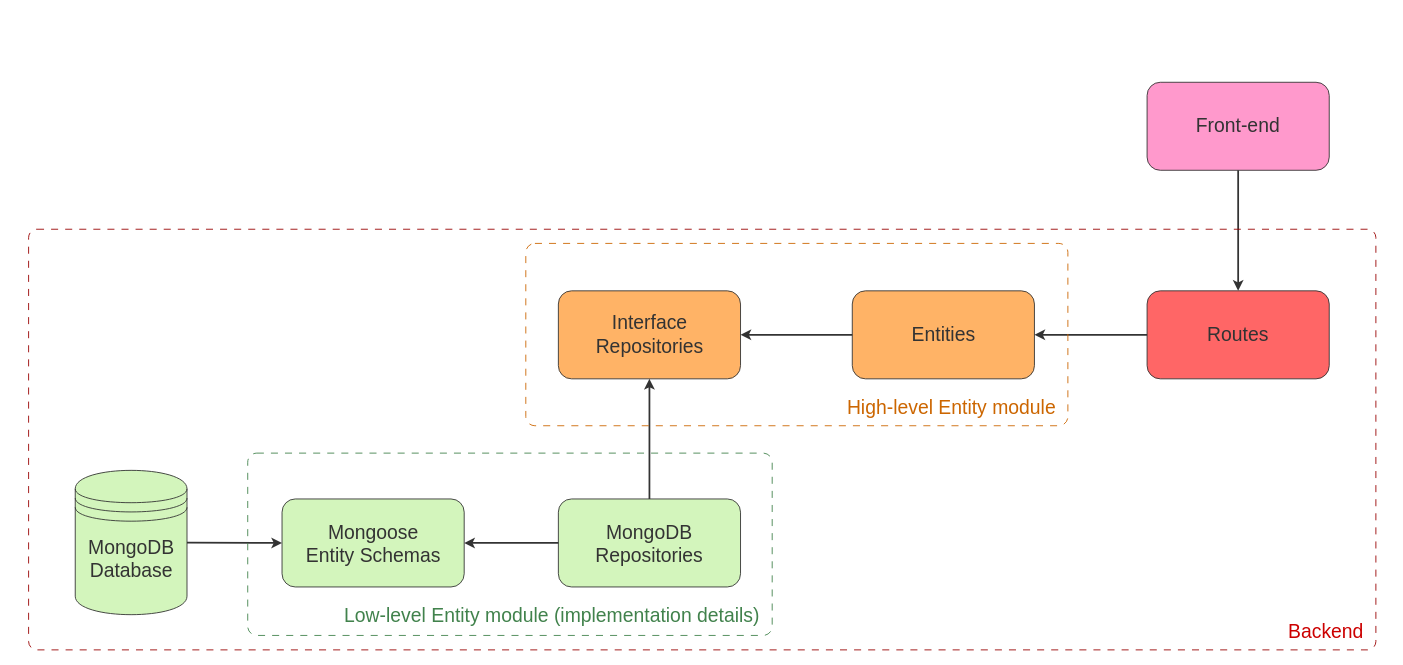
This is docs/diagrams/architecture.drawio from MathisJANKOVIC/EatInGreen, a draw.io file, before an edit. Source tidied: cells renumbered, new cells numbered last; positions are measured from the earlier drawing's top-left corner, leaving out a move shared by most shapes. Both pictures are drawn from the tidied source at 88%, with x=0, y=0 at pixel (28, 82).
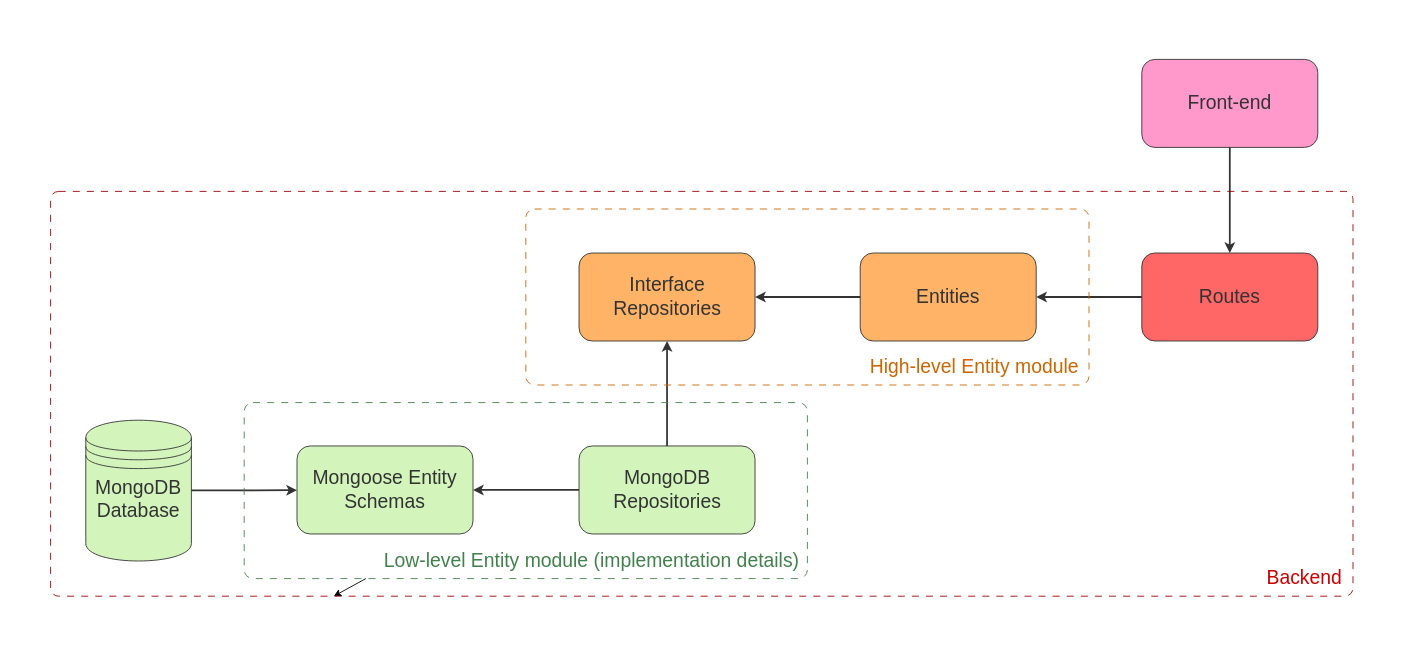
The same page after the edit.

Commit message (it also covers changes not shown here):
Rearrange diagrams

What changed in the source:
```diff
@@
+    <mxCell id="28" style="swimlane;startSize=0;strokeColor=none;" parent="1" vertex="1">
+      <mxGeometry x="-15" y="-76" width="1560" height="720" as="geometry" />
+    </mxCell>
-    <mxCell id="2" style="shape=datastore;whiteSpace=wrap;html=1;strokeColor=#333333;fillColor=#D3F5BC;" parent="1" vertex="1">
-      <mxGeometry x="53" y="441" width="127" height="164" as="geometry" />
+    <mxCell id="2" style="shape=datastore;whiteSpace=wrap;html=1;strokeColor=#333333;fillColor=#D3F5BC;" parent="28" vertex="1">
+      <mxGeometry x="80" y="460" width="120" height="160" as="geometry" />
     </mxCell>
-    <mxCell id="3" value="&lt;font style=&quot;font-size: 22px;&quot; color=&quot;#333333&quot;&gt;MongoDB Database&lt;/font&gt;" style="text;strokeColor=none;align=center;fillColor=none;html=1;verticalAlign=middle;whiteSpace=wrap;rounded=0;" parent="1" vertex="1">
-      <mxGeometry x="72.5" y="513" width="88" height="58" as="geometry" />
+    <mxCell id="3" value="&lt;font style=&quot;font-size: 22px;&quot; color=&quot;#333333&quot;&gt;MongoDB Database&lt;/font&gt;" style="text;strokeColor=none;align=center;fillColor=none;html=1;verticalAlign=middle;whiteSpace=wrap;rounded=0;" parent="28" vertex="1">
+      <mxGeometry x="96" y="521.1" width="88" height="58" as="geometry" />
     </mxCell>
-    <mxCell id="4" style="rounded=1;whiteSpace=wrap;html=1;strokeColor=#333333;fontColor=#333333;fillColor=#D3F5BC;" parent="1" vertex="1">
-      <mxGeometry x="288" y="473.5" width="207" height="100" as="geometry" />
+    <mxCell id="4" value="&lt;span style=&quot;font-size: 22px;&quot;&gt;Mongoose Entity Schemas&lt;/span&gt;" style="rounded=1;whiteSpace=wrap;html=1;strokeColor=#333333;fontColor=#333333;fillColor=#D3F5BC;" parent="28" vertex="1">
+      <mxGeometry x="320" y="489.3" width="200" height="100" as="geometry" />
     </mxCell>
-    <mxCell id="5" style="endArrow=classic;html=1;fontSize=18;fontColor=#333333;exitX=1;exitY=0.5;exitDx=0;exitDy=0;entryX=0;entryY=0.5;entryDx=0;entryDy=0;fillColor=#1A1A1A;strokeColor=#333333;strokeWidth=2;" parent="1" edge="1" source="2" target="4">
+    <mxCell id="5" style="endArrow=classic;html=1;fontSize=18;fontColor=#333333;fillColor=#1A1A1A;strokeColor=#333333;strokeWidth=2;" parent="28" edge="1" source="2" target="4">
       <mxGeometry relative="1" as="geometry" />
     </mxCell>
-    <mxCell id="6" value="&lt;span style=&quot;color: rgb(51, 51, 51);&quot;&gt;&lt;font style=&quot;font-size: 22px;&quot;&gt;Mongoose Entity Schemas&lt;/font&gt;&lt;/span&gt;" style="text;strokeColor=none;align=center;fillColor=none;html=1;verticalAlign=middle;whiteSpace=wrap;rounded=0;dashed=1;dashPattern=8 8;fontSize=18;fontColor=#1A3300;" parent="1" vertex="1">
-      <mxGeometry x="309.5" y="488.5" width="164" height="73" as="geometry" />
-    </mxCell>
-    <mxCell id="7" style="rounded=1;whiteSpace=wrap;html=1;strokeColor=#333333;fontColor=#333333;fillColor=#D3F5BC;" parent="1" vertex="1">
-      <mxGeometry x="602" y="473.5" width="207" height="100" as="geometry" />
+    <mxCell id="7" value="&lt;span style=&quot;font-size: 22px;&quot;&gt;MongoDB&lt;/span&gt;&lt;br style=&quot;font-size: 22px;&quot;&gt;&lt;span style=&quot;font-size: 22px;&quot;&gt;Repositories&lt;/span&gt;" style="rounded=1;whiteSpace=wrap;html=1;strokeColor=#333333;fontColor=#333333;fillColor=#D3F5BC;" parent="28" vertex="1">
+      <mxGeometry x="640.5" y="489.3" width="200" height="100" as="geometry" />
     </mxCell>
-    <mxCell id="8" value="&lt;span style=&quot;color: rgb(51, 51, 51);&quot;&gt;&lt;font style=&quot;&quot;&gt;&lt;font style=&quot;font-size: 22px;&quot;&gt;MongoDB&lt;br&gt;Repositories&lt;/font&gt;&lt;br&gt;&lt;/font&gt;&lt;/span&gt;" style="text;strokeColor=none;align=center;fillColor=none;html=1;verticalAlign=middle;whiteSpace=wrap;rounded=0;dashed=1;dashPattern=8 8;fontSize=18;fontColor=#1A3300;" parent="1" vertex="1">
-      <mxGeometry x="628.2" y="490" width="154.5" height="70" as="geometry" />
-    </mxCell>
-    <mxCell id="9" style="rounded=1;whiteSpace=wrap;html=1;strokeColor=#333333;fontColor=#333333;fillColor=#FFB366;" parent="1" vertex="1">
-      <mxGeometry x="602" y="237" width="207" height="100" as="geometry" />
+    <mxCell id="9" value="&lt;span style=&quot;font-size: 22px;&quot;&gt;Interface&lt;/span&gt;&lt;br style=&quot;font-size: 22px;&quot;&gt;&lt;span style=&quot;font-size: 22px;&quot;&gt;Repositories&lt;/span&gt;" style="rounded=1;whiteSpace=wrap;html=1;strokeColor=#333333;fontColor=#333333;fillColor=#FFB366;" parent="28" vertex="1">
+      <mxGeometry x="640.5" y="270" width="200" height="100" as="geometry" />
     </mxCell>
-    <mxCell id="10" value="&lt;span style=&quot;color: rgb(51, 51, 51);&quot;&gt;&lt;font style=&quot;&quot;&gt;&lt;font style=&quot;font-size: 22px;&quot;&gt;Interface&lt;br&gt;Repositories&lt;/font&gt;&lt;br&gt;&lt;/font&gt;&lt;/span&gt;" style="text;strokeColor=none;align=center;fillColor=none;html=1;verticalAlign=middle;whiteSpace=wrap;rounded=0;dashed=1;dashPattern=8 8;fontSize=18;fontColor=#1A3300;" parent="1" vertex="1">
-      <mxGeometry x="623.5" y="250.5" width="164" height="73" as="geometry" />
-    </mxCell>
-    <mxCell id="11" style="endArrow=classic;html=1;strokeColor=#333333;fontSize=20;fontColor=#1A3300;fillColor=#000000;exitX=0.5;exitY=0;exitDx=0;exitDy=0;entryX=0.5;entryY=1;entryDx=0;entryDy=0;strokeWidth=2;" parent="1" edge="1" source="7" target="9">
+    <mxCell id="11" style="endArrow=classic;html=1;strokeColor=#333333;fontSize=20;fontColor=#1A3300;fillColor=#000000;strokeWidth=2;" parent="28" edge="1" source="7" target="9">
       <mxGeometry relative="1" as="geometry" />
     </mxCell>
-    <mxCell id="12" style="rounded=1;whiteSpace=wrap;html=1;strokeColor=#333333;fontColor=#333333;fillColor=#FFB366;" parent="1" vertex="1">
-      <mxGeometry x="936" y="237" width="207" height="100" as="geometry" />
+    <mxCell id="12" value="&lt;span style=&quot;font-size: 22px;&quot;&gt;Entities&lt;/span&gt;" style="rounded=1;whiteSpace=wrap;html=1;strokeColor=#333333;fontColor=#333333;fillColor=#FFB366;" parent="28" vertex="1">
+      <mxGeometry x="960" y="270" width="200" height="100" as="geometry" />
     </mxCell>
-    <mxCell id="13" value="&lt;span style=&quot;color: rgb(51, 51, 51);&quot;&gt;&lt;font style=&quot;&quot;&gt;&lt;font style=&quot;font-size: 22px;&quot;&gt;Entities&lt;/font&gt;&lt;br&gt;&lt;/font&gt;&lt;/span&gt;" style="text;strokeColor=none;align=center;fillColor=none;html=1;verticalAlign=middle;whiteSpace=wrap;rounded=0;dashed=1;dashPattern=8 8;fontSize=18;fontColor=#1A3300;" parent="1" vertex="1">
-      <mxGeometry x="987.8" y="264" width="103.5" height="45.5" as="geometry" />
-    </mxCell>
-    <mxCell id="14" style="rounded=1;whiteSpace=wrap;html=1;strokeColor=#333333;fontColor=#333333;fillColor=#FF6666;" parent="1" vertex="1">
-      <mxGeometry x="1271" y="237" width="207" height="100" as="geometry" />
+    <mxCell id="14" value="&lt;span style=&quot;font-size: 22px;&quot;&gt;Routes&lt;/span&gt;" style="rounded=1;whiteSpace=wrap;html=1;strokeColor=#333333;fontColor=#333333;fillColor=#FF6666;" parent="28" vertex="1">
+      <mxGeometry x="1280" y="270" width="200" height="100" as="geometry" />
     </mxCell>
-    <mxCell id="15" value="&lt;span style=&quot;color: rgb(51, 51, 51);&quot;&gt;&lt;font style=&quot;&quot;&gt;&lt;font style=&quot;font-size: 22px;&quot;&gt;Routes&lt;/font&gt;&lt;br&gt;&lt;/font&gt;&lt;/span&gt;" style="text;strokeColor=none;align=center;fillColor=none;html=1;verticalAlign=middle;whiteSpace=wrap;rounded=0;dashed=1;dashPattern=8 8;fontSize=18;fontColor=#1A3300;" parent="1" vertex="1">
-      <mxGeometry x="1305.2" y="258" width="138.5" height="57.5" as="geometry" />
-    </mxCell>
-    <mxCell id="16" style="endArrow=classic;html=1;strokeColor=#333333;fontSize=20;fontColor=#1A3300;fillColor=#000000;exitX=0;exitY=0.5;exitDx=0;exitDy=0;strokeWidth=2;" parent="1" edge="1" source="14">
-      <mxGeometry relative="1" as="geometry">
-        <mxPoint x="1143" y="287" as="targetPoint" />
-      </mxGeometry>
+    <mxCell id="16" style="endArrow=classic;html=1;strokeColor=#333333;fontSize=20;fontColor=#1A3300;fillColor=#000000;strokeWidth=2;" parent="28" edge="1" source="14" target="12">
+      <mxGeometry relative="1" as="geometry" />
     </mxCell>
-    <mxCell id="17" style="rounded=1;whiteSpace=wrap;html=1;strokeColor=#333333;fontColor=#333333;fillColor=#FF99CC;" parent="1" vertex="1">
-      <mxGeometry x="1271" width="207" height="100" as="geometry" />
+    <mxCell id="17" value="&lt;span style=&quot;font-size: 22px;&quot;&gt;Front-end&lt;/span&gt;" style="rounded=1;whiteSpace=wrap;html=1;strokeColor=#333333;fontColor=#333333;fillColor=#FF99CC;" parent="28" vertex="1">
+      <mxGeometry x="1280" y="50" width="200" height="100" as="geometry" />
     </mxCell>
-    <mxCell id="18" value="&lt;span style=&quot;color: rgb(51, 51, 51);&quot;&gt;&lt;font style=&quot;&quot;&gt;&lt;font style=&quot;font-size: 22px;&quot;&gt;Front-end&lt;/font&gt;&lt;br&gt;&lt;/font&gt;&lt;/span&gt;" style="text;strokeColor=none;align=center;fillColor=none;html=1;verticalAlign=middle;whiteSpace=wrap;rounded=0;dashed=1;dashPattern=8 8;fontSize=18;fontColor=#1A3300;" parent="1" vertex="1">
-      <mxGeometry x="1311.2" y="25.2" width="126.5" height="49.5" as="geometry" />
-    </mxCell>
-    <mxCell id="19" style="endArrow=classic;html=1;strokeColor=#333333;fontSize=20;fontColor=#1A3300;fillColor=#000000;entryX=0.5;entryY=0;entryDx=0;entryDy=0;exitX=0.5;exitY=1;exitDx=0;exitDy=0;strokeWidth=2;" parent="1" edge="1" source="17" target="14">
+    <mxCell id="19" style="endArrow=classic;html=1;strokeColor=#333333;fontSize=20;fontColor=#1A3300;fillColor=#000000;strokeWidth=2;" parent="28" edge="1" source="17" target="14">
       <mxGeometry relative="1" as="geometry" />
     </mxCell>
-    <mxCell id="20" style="rounded=1;whiteSpace=wrap;html=1;dashed=1;dashPattern=8 8;strokeColor=#CC6600;fontSize=22;fontColor=#1A3300;fillColor=none;arcSize=5;" parent="1" vertex="1">
-      <mxGeometry x="565" y="183.1" width="616" height="207.2" as="geometry" />
+    <mxCell id="20" style="rounded=1;whiteSpace=wrap;html=1;dashed=1;dashPattern=8 8;strokeColor=#CC6600;fontSize=22;fontColor=#1A3300;fillColor=none;arcSize=5;" parent="28" vertex="1">
+      <mxGeometry x="580" y="220" width="640" height="200" as="geometry" />
     </mxCell>
-    <mxCell id="21" style="endArrow=classic;html=1;strokeColor=#333333;strokeWidth=2;fontSize=22;fontColor=#FF0000;fillColor=#000000;jumpSize=13;exitX=0;exitY=0.5;exitDx=0;exitDy=0;entryX=1;entryY=0.5;entryDx=0;entryDy=0;" parent="1" edge="1" source="7" target="4">
+    <mxCell id="21" style="endArrow=classic;html=1;strokeColor=#333333;strokeWidth=2;fontSize=22;fontColor=#FF0000;fillColor=#000000;jumpSize=13;" parent="28" edge="1" source="7" target="4">
       <mxGeometry relative="1" as="geometry" />
     </mxCell>
-    <mxCell id="22" style="endArrow=classic;html=1;strokeColor=#333333;strokeWidth=2;fontSize=22;fontColor=#FF0000;fillColor=#000000;jumpSize=13;entryX=1;entryY=0.5;entryDx=0;entryDy=0;exitX=0;exitY=0.5;exitDx=0;exitDy=0;" parent="1" edge="1" source="12" target="9">
+    <mxCell id="22" style="endArrow=classic;html=1;strokeColor=#333333;strokeWidth=2;fontSize=22;fontColor=#FF0000;fillColor=#000000;jumpSize=13;" parent="28" edge="1" source="12" target="9">
       <mxGeometry relative="1" as="geometry" />
     </mxCell>
-    <mxCell id="23" value="&lt;font&gt;High-level Entity module&lt;/font&gt;" style="text;strokeColor=none;align=center;fillColor=none;html=1;verticalAlign=middle;whiteSpace=wrap;rounded=0;shadow=0;glass=0;dashed=1;dashPattern=8 8;sketch=0;fontSize=22;fontColor=#CC6600;" parent="1" vertex="1">
-      <mxGeometry x="924" y="356" width="250" height="30" as="geometry" />
+    <mxCell id="23" value="&lt;font&gt;High-level Entity module&lt;/font&gt;" style="text;strokeColor=none;align=center;fillColor=none;html=1;verticalAlign=middle;whiteSpace=wrap;rounded=0;shadow=0;glass=0;dashed=1;dashPattern=8 8;sketch=0;fontSize=22;fontColor=#CC6600;" parent="28" vertex="1">
+      <mxGeometry x="960" y="380" width="260" height="40" as="geometry" />
     </mxCell>
+    <mxCell id="29" style="edgeStyle=none;html=1;" parent="28" edge="1" source="24" target="26">
+      <mxGeometry relative="1" as="geometry" />
+    </mxCell>
-    <mxCell id="24" style="rounded=1;whiteSpace=wrap;html=1;dashed=1;dashPattern=8 8;strokeColor=#41824C;fontSize=22;fontColor=#1A3300;fillColor=none;arcSize=5;" parent="1" vertex="1">
-      <mxGeometry x="249" y="421.4" width="596" height="207.2" as="geometry" />
+    <mxCell id="24" style="rounded=1;whiteSpace=wrap;html=1;dashed=1;dashPattern=8 8;strokeColor=#41824C;fontSize=22;fontColor=#1A3300;fillColor=none;arcSize=5;" parent="28" vertex="1">
+      <mxGeometry x="260" y="440" width="640" height="200" as="geometry" />
     </mxCell>
-    <mxCell id="25" value="Low-level Entity module (implementation details)" style="text;strokeColor=none;align=center;fillColor=none;html=1;verticalAlign=middle;whiteSpace=wrap;rounded=0;shadow=0;glass=0;dashed=1;dashPattern=8 8;sketch=0;fontSize=22;fontColor=#41824C;" parent="1" vertex="1">
-      <mxGeometry x="353" y="592" width="484" height="30" as="geometry" />
+    <mxCell id="25" value="Low-level Entity module (implementation details)" style="text;strokeColor=none;align=center;fillColor=none;html=1;verticalAlign=middle;whiteSpace=wrap;rounded=0;shadow=0;glass=0;dashed=1;dashPattern=8 8;sketch=0;fontSize=22;fontColor=#41824C;" parent="28" vertex="1">
+      <mxGeometry x="410" y="600" width="490" height="40" as="geometry" />
     </mxCell>
-    <mxCell id="26" style="rounded=1;whiteSpace=wrap;html=1;dashed=1;dashPattern=8 8;strokeColor=#990000;fontSize=22;fontColor=#1A3300;fillColor=none;arcSize=2;" parent="1" vertex="1">
-      <mxGeometry y="167" width="1531" height="478" as="geometry" />
+    <mxCell id="26" style="rounded=1;whiteSpace=wrap;html=1;dashed=1;dashPattern=8 8;strokeColor=#990000;fontSize=22;fontColor=#1A3300;fillColor=none;arcSize=2;imageAspect=0;" parent="28" vertex="1">
+      <mxGeometry x="40" y="200" width="1480" height="460" as="geometry" />
     </mxCell>
-    <mxCell id="27" value="&lt;font color=&quot;#cc0000&quot;&gt;Backend&lt;/font&gt;" style="text;strokeColor=none;align=center;fillColor=none;html=1;verticalAlign=middle;whiteSpace=wrap;rounded=0;shadow=0;glass=0;dashed=1;dashPattern=8 8;sketch=0;fontSize=22;fontColor=#CC6600;" parent="1" vertex="1">
-      <mxGeometry x="1427" y="610" width="95" height="30" as="geometry" />
+    <mxCell id="27" value="&lt;font color=&quot;#cc0000&quot;&gt;Backend&lt;/font&gt;" style="text;strokeColor=none;align=center;fillColor=none;html=1;verticalAlign=middle;whiteSpace=wrap;rounded=0;shadow=0;glass=0;dashed=1;dashPattern=8 8;sketch=0;fontSize=22;fontColor=#CC6600;" parent="28" vertex="1">
+      <mxGeometry x="1410" y="620" width="110" height="40" as="geometry" />
     </mxCell>
```
